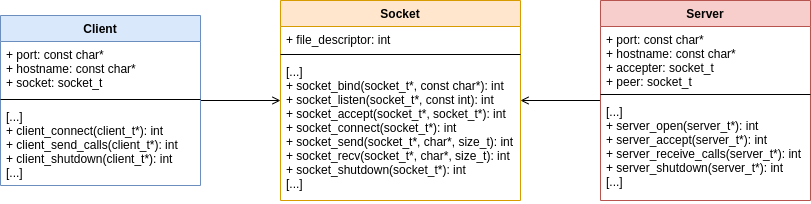
Above: img/primeras_ideas.png in mauro7x/taller_tp1 (draw.io), before the change. Source tidied: cells renumbered, new cells last; positions are measured from the earlier drawing's top-left corner, leaving out a move shared by most shapes.
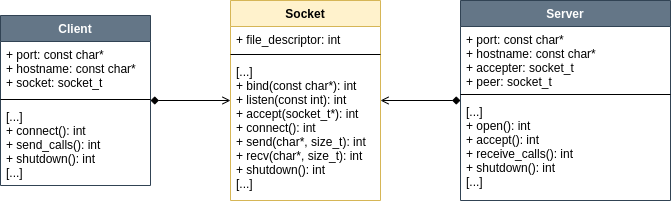
The same diagram one commit later.

What changed in the source:
```diff
@@ -2,38 +2,38 @@
   <root>
     <mxCell id="0" />
     <mxCell id="1" parent="0" />
-    <mxCell id="2" style="edgeStyle=orthogonalEdgeStyle;rounded=0;jettySize=auto;html=1;endArrow=open;endFill=0;" parent="1" edge="1" source="4" target="8">
+    <mxCell id="2" style="edgeStyle=orthogonalEdgeStyle;rounded=0;jettySize=auto;html=1;endArrow=open;endFill=0;startArrow=diamond;startFill=1;" parent="1" edge="1" source="4" target="8">
       <mxGeometry relative="1" as="geometry" />
     </mxCell>
-    <mxCell id="3" style="edgeStyle=orthogonalEdgeStyle;rounded=0;jettySize=auto;html=1;endArrow=open;endFill=0;" parent="1" edge="1" source="12" target="8">
+    <mxCell id="3" style="edgeStyle=orthogonalEdgeStyle;rounded=0;jettySize=auto;html=1;endArrow=open;endFill=0;startArrow=diamond;startFill=1;" parent="1" edge="1" source="12" target="8">
       <mxGeometry relative="1" as="geometry" />
     </mxCell>
-    <mxCell id="4" value="Client" style="swimlane;fontStyle=1;align=center;verticalAlign=top;horizontal=1;startSize=26;fillColor=#dae8fc;strokeColor=#6c8ebf;" parent="1" vertex="1">
-      <mxGeometry y="15" width="200" height="170" as="geometry" />
+    <mxCell id="4" value="Client" style="swimlane;fontStyle=1;align=center;verticalAlign=top;horizontal=1;startSize=26;fillColor=#647687;strokeColor=#314354;fontColor=#ffffff;" parent="1" vertex="1">
+      <mxGeometry x="41" y="105" width="150" height="170" as="geometry" />
     </mxCell>
     <mxCell id="5" value="+ port: const char*&#10;+ hostname: const char*&#10;+ socket: socket_t&#10;" style="text;strokeColor=none;fillColor=none;align=left;verticalAlign=top;spacingLeft=4;spacingRight=4;overflow=hidden;" parent="4" vertex="1">
-      <mxGeometry y="26" width="200" height="54" as="geometry" />
+      <mxGeometry y="26" width="150" height="54" as="geometry" />
     </mxCell>
-    <mxCell id="6" style="line;strokeWidth=1;fillColor=none;align=left;verticalAlign=middle;spacingTop=-1;spacingLeft=3;spacingRight=3;labelPosition=right;" parent="4" vertex="1">
-      <mxGeometry y="80" width="200" height="8" as="geometry" />
-    </mxCell>
-    <mxCell id="7" value="[...]&#10;+ client_connect(client_t*): int&#10;+ client_send_calls(client_t*): int&#10;+ client_shutdown(client_t*): int&#10;[...]" style="text;strokeColor=none;fillColor=none;align=left;verticalAlign=top;spacingLeft=4;spacingRight=4;overflow=hidden;" parent="4" vertex="1">
-      <mxGeometry y="88" width="200" height="82" as="geometry" />
-    </mxCell>
+    <mxCell id="16" style="line;strokeWidth=1;fillColor=none;align=left;verticalAlign=middle;spacingTop=-1;spacingLeft=3;spacingRight=3;labelPosition=right;" parent="4" vertex="1">
+      <mxGeometry y="80" width="150" height="8" as="geometry" />
+    </mxCell>
+    <mxCell id="17" value="[...]&#10;+ connect(): int&#10;+ send_calls(): int&#10;+ shutdown(): int&#10;[...]" style="text;strokeColor=none;fillColor=none;align=left;verticalAlign=top;spacingLeft=4;spacingRight=4;overflow=hidden;" parent="4" vertex="1">
+      <mxGeometry y="88" width="150" height="82" as="geometry" />
+    </mxCell>
-    <mxCell id="8" value="Socket" style="swimlane;fontStyle=1;align=center;verticalAlign=top;horizontal=1;startSize=26;fillColor=#ffe6cc;strokeColor=#d79b00;" parent="1" vertex="1">
-      <mxGeometry x="280" width="240" height="200" as="geometry" />
+    <mxCell id="8" value="Socket" style="swimlane;fontStyle=1;align=center;verticalAlign=top;horizontal=1;startSize=26;fillColor=#fff2cc;strokeColor=#d6b656;" parent="1" vertex="1">
+      <mxGeometry x="271" y="90" width="150" height="200" as="geometry" />
     </mxCell>
     <mxCell id="9" value="+ file_descriptor: int" style="text;strokeColor=none;fillColor=none;align=left;verticalAlign=top;spacingLeft=4;spacingRight=4;overflow=hidden;" parent="8" vertex="1">
-      <mxGeometry y="26" width="240" height="24" as="geometry" />
+      <mxGeometry y="26" width="150" height="24" as="geometry" />
     </mxCell>
-    <mxCell id="10" style="line;strokeWidth=1;fillColor=none;align=left;verticalAlign=middle;spacingTop=-1;spacingLeft=3;spacingRight=3;labelPosition=right;" parent="8" vertex="1">
-      <mxGeometry y="50" width="240" height="8" as="geometry" />
-    </mxCell>
-    <mxCell id="11" value="[...]&#10;+ socket_bind(socket_t*, const char*): int&#10;+ socket_listen(socket_t*, const int): int&#10;+ socket_accept(socket_t*, socket_t*): int&#10;+ socket_connect(socket_t*): int&#10;+ socket_send(socket_t*, char*, size_t): int&#10;+ socket_recv(socket_t*, char*, size_t): int&#10;+ socket_shutdown(socket_t*): int&#10;[...]" style="text;strokeColor=none;fillColor=none;align=left;verticalAlign=top;spacingLeft=4;spacingRight=4;overflow=hidden;" parent="8" vertex="1">
-      <mxGeometry y="58" width="240" height="142" as="geometry" />
-    </mxCell>
+    <mxCell id="18" style="line;strokeWidth=1;fillColor=none;align=left;verticalAlign=middle;spacingTop=-1;spacingLeft=3;spacingRight=3;labelPosition=right;" parent="8" vertex="1">
+      <mxGeometry y="50" width="150" height="8" as="geometry" />
+    </mxCell>
+    <mxCell id="19" value="[...]&#10;+ bind(const char*): int&#10;+ listen(const int): int&#10;+ accept(socket_t*): int&#10;+ connect(): int&#10;+ send(char*, size_t): int&#10;+ recv(char*, size_t): int&#10;+ shutdown(): int&#10;[...]" style="text;strokeColor=none;fillColor=none;align=left;verticalAlign=top;spacingLeft=4;spacingRight=4;overflow=hidden;" parent="8" vertex="1">
+      <mxGeometry y="58" width="150" height="142" as="geometry" />
+    </mxCell>
-    <mxCell id="12" value="Server" style="swimlane;fontStyle=1;align=center;verticalAlign=top;horizontal=1;startSize=26;fillColor=#f8cecc;strokeColor=#b85450;" parent="1" vertex="1">
-      <mxGeometry x="600" width="210" height="200" as="geometry" />
+    <mxCell id="12" value="Server" style="swimlane;fontStyle=1;align=center;verticalAlign=top;horizontal=1;startSize=26;fillColor=#647687;strokeColor=#314354;fontColor=#ffffff;" parent="1" vertex="1">
+      <mxGeometry x="501" y="90" width="210" height="200" as="geometry" />
     </mxCell>
     <mxCell id="13" value="+ port: const char*&#10;+ hostname: const char*&#10;+ accepter: socket_t&#10;+ peer: socket_t&#10;" style="text;strokeColor=none;fillColor=none;align=left;verticalAlign=top;spacingLeft=4;spacingRight=4;overflow=hidden;" parent="12" vertex="1">
       <mxGeometry y="26" width="210" height="64" as="geometry" />
@@ -41,8 +41,8 @@
     <mxCell id="14" style="line;strokeWidth=1;fillColor=none;align=left;verticalAlign=middle;spacingTop=-1;spacingLeft=3;spacingRight=3;labelPosition=right;" parent="12" vertex="1">
       <mxGeometry y="90" width="210" height="8" as="geometry" />
     </mxCell>
-    <mxCell id="15" value="[...]&#10;+ server_open(server_t*): int&#10;+ server_accept(server_t*): int&#10;+ server_receive_calls(server_t*): int&#10;+ server_shutdown(server_t*): int&#10;[...]" style="text;strokeColor=none;fillColor=none;align=left;verticalAlign=top;spacingLeft=4;spacingRight=4;overflow=hidden;" parent="12" vertex="1">
-      <mxGeometry y="98" width="210" height="102" as="geometry" />
-    </mxCell>
+    <mxCell id="20" value="[...]&#10;+ open(): int&#10;+ accept(): int&#10;+ receive_calls(): int&#10;+ shutdown(): int&#10;[...]" style="text;strokeColor=none;fillColor=none;align=left;verticalAlign=top;spacingLeft=4;spacingRight=4;overflow=hidden;" parent="12" vertex="1">
+      <mxGeometry y="98" width="210" height="102" as="geometry" />
+    </mxCell>
   </root>
 </mxGraphModel>
```
